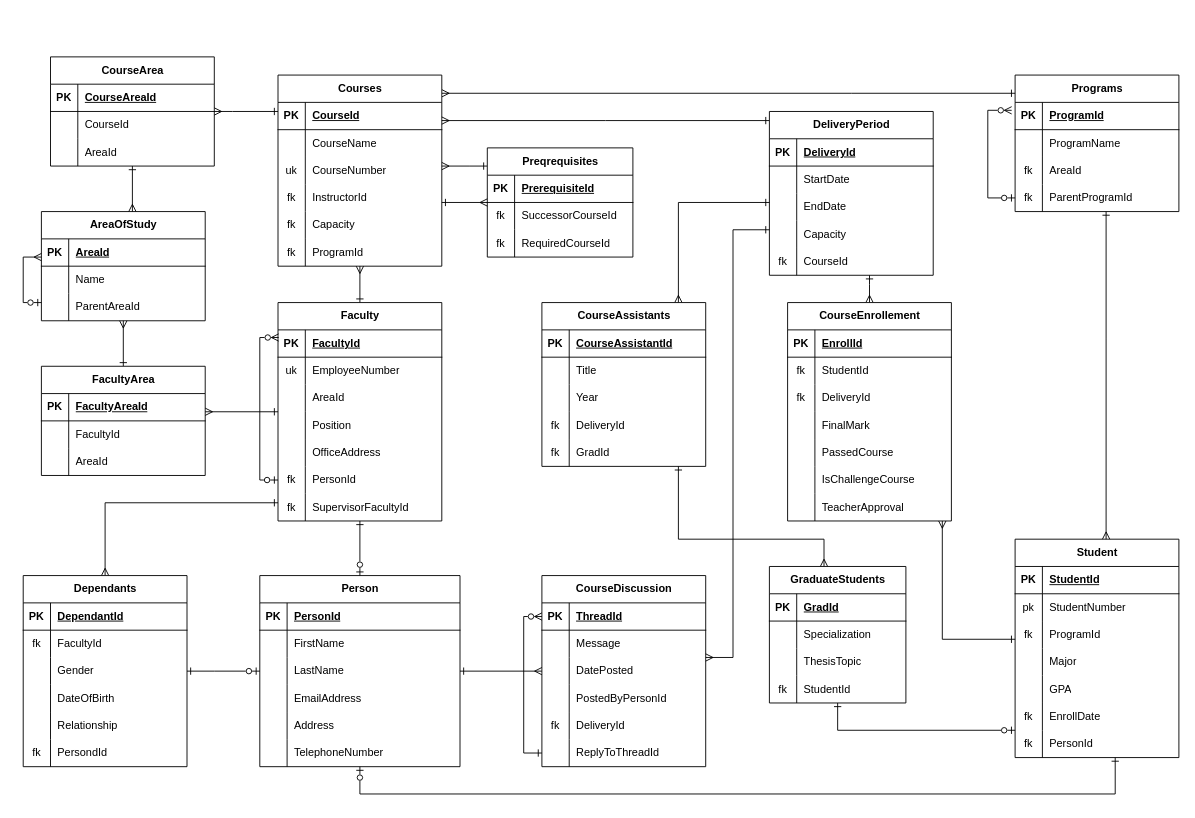
The draw.io diagram Assignment 1/Assignment1_CourseAdmin.drawio in malcolmsdad/COMP378, before the edit. Source tidied: cells renumbered, new cells numbered last; positions are measured from the earlier drawing's top-left corner, leaving out a move shared by most shapes. Both pictures are drawn from the tidied source at 91%, with x=0, y=0 at pixel (23, 56).
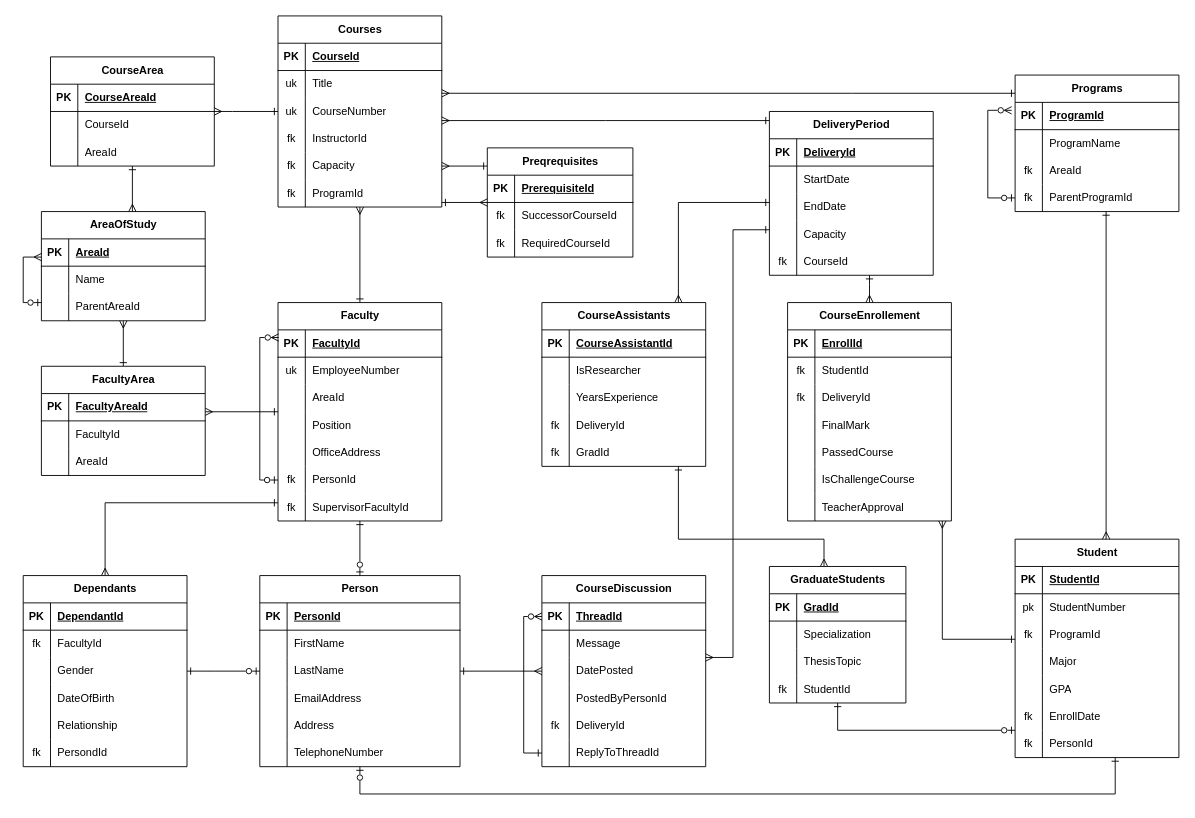
The same diagram, later.

Commit message (it also covers changes not shown here):
Assignment 1 Draft

Unchanged cells that the change refers to:
```xml
<mxCell id="93" style="shape=tableRow;horizontal=0;startSize=0;swimlaneHead=0;swimlaneBody=0;fillColor=none;top=0;left=0;right=0;bottom=0;" parent="89" vertex="1">
  <mxGeometry y="60" width="180" height="30" as="geometry" />
</mxCell>
<mxCell id="113" style="shape=tableRow;horizontal=0;startSize=0;swimlaneHead=0;swimlaneBody=0;fillColor=none;top=0;left=0;right=0;bottom=0;" parent="109" vertex="1">
  <mxGeometry y="60" width="180" height="30" as="geometry" />
</mxCell>
<mxCell id="116" style="shape=tableRow;horizontal=0;startSize=0;swimlaneHead=0;swimlaneBody=0;fillColor=none;top=0;left=0;right=0;bottom=0;" parent="109" vertex="1">
  <mxGeometry y="90" width="180" height="30" as="geometry" />
</mxCell>
```

Diff of the diagram source:
```diff
@@
     <mxCell id="89" value="Courses" style="shape=table;startSize=30;childLayout=tableLayout;rowLines=0;fontStyle=1;align=center;html=1;" parent="1" vertex="1">
-      <mxGeometry x="280" y="20" width="180" height="210" as="geometry" />
+      <mxGeometry x="280" y="-45" width="180" height="210" as="geometry" />
     </mxCell>
@@
-    <mxCell id="94" style="shape=partialRectangle;fillColor=none;top=0;left=0;bottom=0;right=0;overflow=hidden;whiteSpace=wrap;html=1;" parent="93" vertex="1">
+    <mxCell id="94" value="uk" style="shape=partialRectangle;fillColor=none;top=0;left=0;bottom=0;right=0;overflow=hidden;whiteSpace=wrap;html=1;" parent="93" vertex="1">
       <mxGeometry width="30" height="30" as="geometry" />
     </mxCell>
-    <mxCell id="95" value="CourseName" style="shape=partialRectangle;fillColor=none;top=0;left=0;bottom=0;right=0;align=left;spacingLeft=6;overflow=hidden;whiteSpace=wrap;html=1;" parent="93" vertex="1">
+    <mxCell id="95" value="Title" style="shape=partialRectangle;fillColor=none;top=0;left=0;bottom=0;right=0;align=left;spacingLeft=6;overflow=hidden;whiteSpace=wrap;html=1;" parent="93" vertex="1">
       <mxGeometry x="30" width="150" height="30" as="geometry" />
     </mxCell>
@@
-    <mxCell id="115" value="Title" style="shape=partialRectangle;fillColor=none;top=0;left=0;bottom=0;right=0;align=left;spacingLeft=6;overflow=hidden;whiteSpace=wrap;html=1;" parent="113" vertex="1">
+    <mxCell id="115" value="IsResearcher" style="shape=partialRectangle;fillColor=none;top=0;left=0;bottom=0;right=0;align=left;spacingLeft=6;overflow=hidden;whiteSpace=wrap;html=1;" parent="113" vertex="1">
       <mxGeometry x="30" width="150" height="30" as="geometry" />
     </mxCell>
@@
-    <mxCell id="118" value="Year" style="shape=partialRectangle;fillColor=none;top=0;left=0;bottom=0;right=0;align=left;spacingLeft=6;overflow=hidden;whiteSpace=wrap;html=1;" parent="116" vertex="1">
+    <mxCell id="118" value="YearsExperience" style="shape=partialRectangle;fillColor=none;top=0;left=0;bottom=0;right=0;align=left;spacingLeft=6;overflow=hidden;whiteSpace=wrap;html=1;" parent="116" vertex="1">
       <mxGeometry x="30" width="150" height="30" as="geometry" />
     </mxCell>
```
